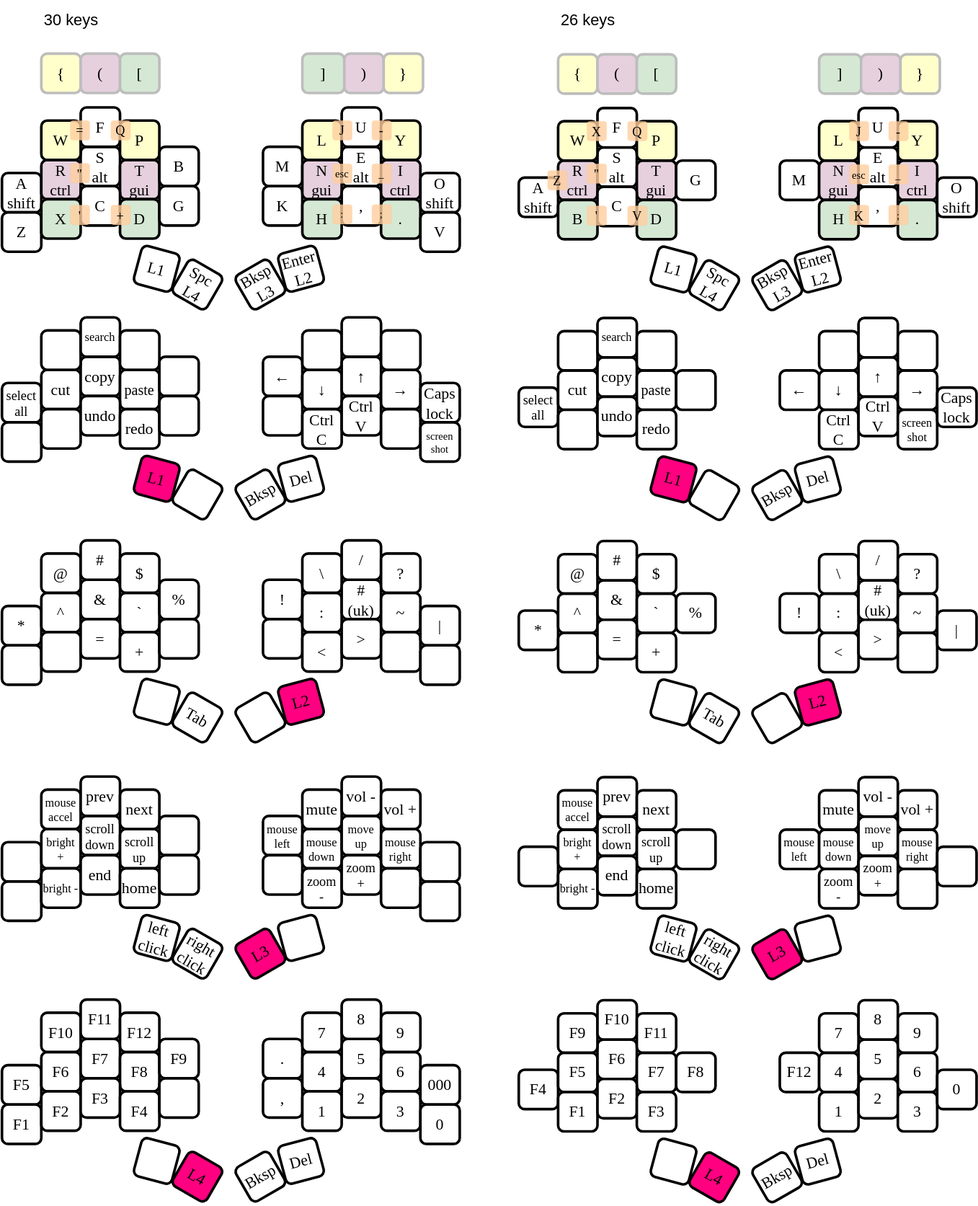
This is images/keymap.svg from smallwat3r/vial-keymap, a draw.io export, as it was before one commit. Source tidied: cells renumbered, new cells last; positions are measured from the earlier drawing's top-left corner, leaving out a move shared by most shapes.
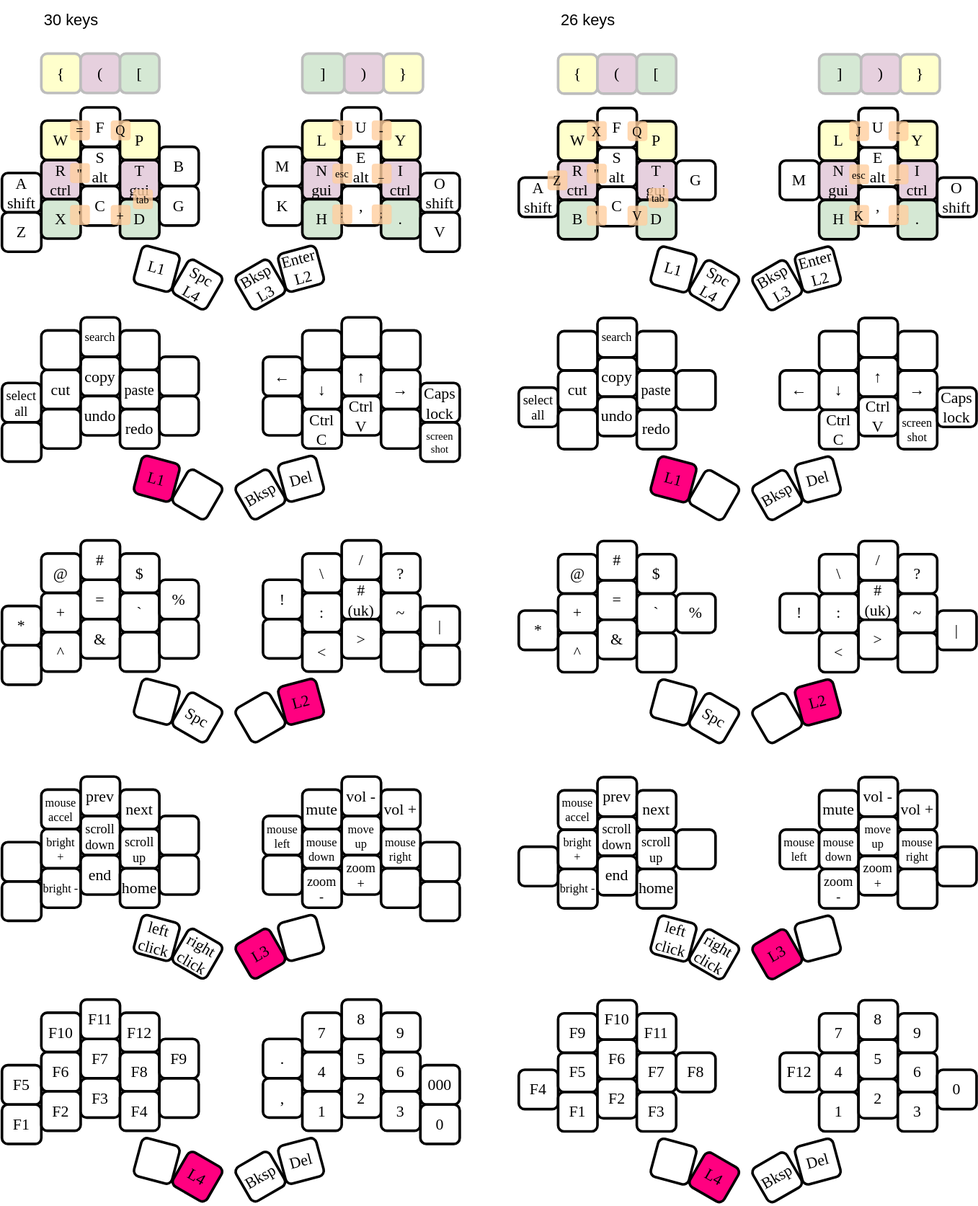
After the change.

What changed in the source:
```diff
@@ -233,22 +233,22 @@
     <mxCell id="78" style="whiteSpace=wrap;glass=0;rounded=1;shadow=0;textShadow=0;strokeWidth=2;perimeterSpacing=2;flipV=1;flipH=1;fontFamily=Comic Sans MS;fontStyle=0;" parent="1" vertex="1">
       <mxGeometry y="491.5" width="30" height="30" as="geometry" />
     </mxCell>
-    <mxCell id="79" value="^" style="whiteSpace=wrap;glass=0;rounded=1;shadow=0;textShadow=0;strokeWidth=2;perimeterSpacing=2;flipV=1;flipH=1;fontFamily=Comic Sans MS;fontStyle=0;" parent="1" vertex="1">
+    <mxCell id="79" value="+" style="whiteSpace=wrap;glass=0;rounded=1;shadow=0;textShadow=0;strokeWidth=2;perimeterSpacing=2;flipV=1;flipH=1;fontFamily=Comic Sans MS;fontStyle=0;" parent="1" vertex="1">
       <mxGeometry x="30" y="451.5" width="30" height="30" as="geometry" />
     </mxCell>
-    <mxCell id="80" style="whiteSpace=wrap;glass=0;rounded=1;shadow=0;textShadow=0;strokeWidth=2;perimeterSpacing=2;flipV=1;flipH=1;fontFamily=Comic Sans MS;fontStyle=0;" parent="1" vertex="1">
+    <mxCell id="80" value="^" style="whiteSpace=wrap;glass=0;rounded=1;shadow=0;textShadow=0;strokeWidth=2;perimeterSpacing=2;flipV=1;flipH=1;fontFamily=Comic Sans MS;fontStyle=0;" parent="1" vertex="1">
       <mxGeometry x="30" y="481.5" width="30" height="30" as="geometry" />
     </mxCell>
-    <mxCell id="81" value="&amp;" style="whiteSpace=wrap;glass=0;rounded=1;shadow=0;textShadow=0;strokeWidth=2;perimeterSpacing=2;flipV=1;flipH=1;fontFamily=Comic Sans MS;fontStyle=0;" parent="1" vertex="1">
+    <mxCell id="81" value="=" style="whiteSpace=wrap;glass=0;rounded=1;shadow=0;textShadow=0;strokeWidth=2;perimeterSpacing=2;flipV=1;flipH=1;fontFamily=Comic Sans MS;fontStyle=0;" parent="1" vertex="1">
       <mxGeometry x="60" y="441.5" width="30" height="30" as="geometry" />
     </mxCell>
     <mxCell id="82" value="`" style="whiteSpace=wrap;glass=0;rounded=1;shadow=0;textShadow=0;fontSize=12;strokeWidth=2;perimeterSpacing=2;flipV=1;flipH=1;fontFamily=Comic Sans MS;fontStyle=0;" parent="1" vertex="1">
       <mxGeometry x="90" y="451.5" width="30" height="30" as="geometry" />
     </mxCell>
-    <mxCell id="83" value="=" style="whiteSpace=wrap;glass=0;rounded=1;shadow=0;textShadow=0;strokeWidth=2;perimeterSpacing=2;flipV=1;flipH=1;fontFamily=Comic Sans MS;fontStyle=0;" parent="1" vertex="1">
+    <mxCell id="83" value="&amp;" style="whiteSpace=wrap;glass=0;rounded=1;shadow=0;textShadow=0;strokeWidth=2;perimeterSpacing=2;flipV=1;flipH=1;fontFamily=Comic Sans MS;fontStyle=0;" parent="1" vertex="1">
       <mxGeometry x="60" y="471.5" width="30" height="30" as="geometry" />
     </mxCell>
-    <mxCell id="84" value="+" style="whiteSpace=wrap;glass=0;rounded=1;shadow=0;textShadow=0;strokeWidth=2;perimeterSpacing=2;flipV=1;flipH=1;fontFamily=Comic Sans MS;fontStyle=0;" parent="1" vertex="1">
+    <mxCell id="84" style="whiteSpace=wrap;glass=0;rounded=1;shadow=0;textShadow=0;strokeWidth=2;perimeterSpacing=2;flipV=1;flipH=1;fontFamily=Comic Sans MS;fontStyle=0;" parent="1" vertex="1">
       <mxGeometry x="90" y="481.5" width="30" height="30" as="geometry" />
     </mxCell>
     <mxCell id="85" value="@" style="whiteSpace=wrap;glass=0;rounded=1;shadow=0;textShadow=0;strokeWidth=2;perimeterSpacing=2;flipV=1;flipH=1;fontFamily=Comic Sans MS;fontStyle=0;" parent="1" vertex="1">
@@ -308,7 +308,7 @@
     <mxCell id="103" style="whiteSpace=wrap;glass=0;rounded=1;shadow=0;textShadow=0;rotation=15;direction=west;labelBackgroundColor=none;fillColor=#FFFFFF;strokeWidth=2;perimeterSpacing=2;flipV=1;flipH=1;fontFamily=Comic Sans MS;fontStyle=0;" parent="1" vertex="1">
       <mxGeometry x="103" y="519.5" width="30" height="30" as="geometry" />
     </mxCell>
-    <mxCell id="104" value="Tab" style="whiteSpace=wrap;glass=0;rounded=1;shadow=0;textShadow=0;rotation=30;direction=north;strokeWidth=2;perimeterSpacing=2;flipV=1;flipH=1;fontFamily=Comic Sans MS;fontStyle=0;" parent="1" vertex="1">
+    <mxCell id="104" value="Spc" style="whiteSpace=wrap;glass=0;rounded=1;shadow=0;textShadow=0;rotation=30;direction=north;strokeWidth=2;perimeterSpacing=2;flipV=1;flipH=1;fontFamily=Comic Sans MS;fontStyle=0;" parent="1" vertex="1">
       <mxGeometry x="134" y="531.5" width="30" height="30" as="geometry" />
     </mxCell>
     <mxCell id="105" style="whiteSpace=wrap;glass=0;rounded=1;shadow=0;textShadow=0;rotation=-30;direction=north;strokeWidth=2;perimeterSpacing=2;fontFamily=Comic Sans MS;fontStyle=0;" parent="1" vertex="1">
@@ -707,22 +707,22 @@
     <mxCell id="236" value="*" style="whiteSpace=wrap;glass=0;rounded=1;shadow=0;textShadow=0;fontSize=12;strokeWidth=2;perimeterSpacing=2;flipV=1;flipH=1;fontFamily=Comic Sans MS;fontStyle=0;" parent="1" vertex="1">
       <mxGeometry x="394" y="465" width="30" height="30" as="geometry" />
     </mxCell>
-    <mxCell id="237" value="^" style="whiteSpace=wrap;glass=0;rounded=1;shadow=0;textShadow=0;strokeWidth=2;perimeterSpacing=2;flipV=1;flipH=1;fontFamily=Comic Sans MS;fontStyle=0;" parent="1" vertex="1">
+    <mxCell id="237" value="+" style="whiteSpace=wrap;glass=0;rounded=1;shadow=0;textShadow=0;strokeWidth=2;perimeterSpacing=2;flipV=1;flipH=1;fontFamily=Comic Sans MS;fontStyle=0;" parent="1" vertex="1">
       <mxGeometry x="424" y="452" width="30" height="30" as="geometry" />
     </mxCell>
-    <mxCell id="238" style="whiteSpace=wrap;glass=0;rounded=1;shadow=0;textShadow=0;strokeWidth=2;perimeterSpacing=2;flipV=1;flipH=1;fontFamily=Comic Sans MS;fontStyle=0;" parent="1" vertex="1">
+    <mxCell id="238" value="^" style="whiteSpace=wrap;glass=0;rounded=1;shadow=0;textShadow=0;strokeWidth=2;perimeterSpacing=2;flipV=1;flipH=1;fontFamily=Comic Sans MS;fontStyle=0;" parent="1" vertex="1">
       <mxGeometry x="424" y="482" width="30" height="30" as="geometry" />
     </mxCell>
-    <mxCell id="239" value="&amp;" style="whiteSpace=wrap;glass=0;rounded=1;shadow=0;textShadow=0;strokeWidth=2;perimeterSpacing=2;flipV=1;flipH=1;fontFamily=Comic Sans MS;fontStyle=0;" parent="1" vertex="1">
+    <mxCell id="239" value="=" style="whiteSpace=wrap;glass=0;rounded=1;shadow=0;textShadow=0;strokeWidth=2;perimeterSpacing=2;flipV=1;flipH=1;fontFamily=Comic Sans MS;fontStyle=0;" parent="1" vertex="1">
       <mxGeometry x="454" y="442" width="30" height="30" as="geometry" />
     </mxCell>
     <mxCell id="240" value="`" style="whiteSpace=wrap;glass=0;rounded=1;shadow=0;textShadow=0;fontSize=12;strokeWidth=2;perimeterSpacing=2;flipV=1;flipH=1;fontFamily=Comic Sans MS;fontStyle=0;" parent="1" vertex="1">
       <mxGeometry x="484" y="452" width="30" height="30" as="geometry" />
     </mxCell>
-    <mxCell id="241" value="=" style="whiteSpace=wrap;glass=0;rounded=1;shadow=0;textShadow=0;strokeWidth=2;perimeterSpacing=2;flipV=1;flipH=1;fontFamily=Comic Sans MS;fontStyle=0;" parent="1" vertex="1">
+    <mxCell id="241" value="&amp;" style="whiteSpace=wrap;glass=0;rounded=1;shadow=0;textShadow=0;strokeWidth=2;perimeterSpacing=2;flipV=1;flipH=1;fontFamily=Comic Sans MS;fontStyle=0;" parent="1" vertex="1">
       <mxGeometry x="454" y="472" width="30" height="30" as="geometry" />
     </mxCell>
-    <mxCell id="242" value="+" style="whiteSpace=wrap;glass=0;rounded=1;shadow=0;textShadow=0;strokeWidth=2;perimeterSpacing=2;flipV=1;flipH=1;fontFamily=Comic Sans MS;fontStyle=0;" parent="1" vertex="1">
+    <mxCell id="242" style="whiteSpace=wrap;glass=0;rounded=1;shadow=0;textShadow=0;strokeWidth=2;perimeterSpacing=2;flipV=1;flipH=1;fontFamily=Comic Sans MS;fontStyle=0;" parent="1" vertex="1">
       <mxGeometry x="484" y="482" width="30" height="30" as="geometry" />
     </mxCell>
     <mxCell id="243" value="@" style="whiteSpace=wrap;glass=0;rounded=1;shadow=0;textShadow=0;strokeWidth=2;perimeterSpacing=2;flipV=1;flipH=1;fontFamily=Comic Sans MS;fontStyle=0;" parent="1" vertex="1">
@@ -773,7 +773,7 @@
     <mxCell id="258" style="whiteSpace=wrap;glass=0;rounded=1;shadow=0;textShadow=0;rotation=15;direction=west;labelBackgroundColor=none;fillColor=#FFFFFF;strokeWidth=2;perimeterSpacing=2;flipV=1;flipH=1;fontFamily=Comic Sans MS;fontStyle=0;" parent="1" vertex="1">
       <mxGeometry x="497" y="520" width="30" height="30" as="geometry" />
     </mxCell>
-    <mxCell id="259" value="Tab" style="whiteSpace=wrap;glass=0;rounded=1;shadow=0;textShadow=0;rotation=30;direction=north;strokeWidth=2;perimeterSpacing=2;flipV=1;flipH=1;fontFamily=Comic Sans MS;fontStyle=0;" parent="1" vertex="1">
+    <mxCell id="259" value="Spc" style="whiteSpace=wrap;glass=0;rounded=1;shadow=0;textShadow=0;rotation=30;direction=north;strokeWidth=2;perimeterSpacing=2;flipV=1;flipH=1;fontFamily=Comic Sans MS;fontStyle=0;" parent="1" vertex="1">
       <mxGeometry x="528" y="532" width="30" height="30" as="geometry" />
     </mxCell>
     <mxCell id="260" style="whiteSpace=wrap;glass=0;rounded=1;shadow=0;textShadow=0;rotation=-30;direction=north;strokeWidth=2;perimeterSpacing=2;fontFamily=Comic Sans MS;fontStyle=0;" parent="1" vertex="1">
@@ -953,5 +953,11 @@
     <mxCell id="318" value="Z" style="glass=0;rounded=1;shadow=0;textShadow=0;strokeWidth=0;perimeterSpacing=0;flipV=1;flipH=1;fontSize=10;opacity=80;fillColor=#FFCE9F;verticalAlign=middle;fontFamily=Comic Sans MS;fontStyle=0;strokeColor=#FFB570;labelBackgroundColor=none;labelBorderColor=none;whiteSpace=wrap;dashed=1;dashPattern=8 8;" parent="1" vertex="1">
       <mxGeometry x="416" y="129.5" width="15" height="15" as="geometry" />
     </mxCell>
+    <mxCell id="319" value="tab" style="glass=0;rounded=1;shadow=0;textShadow=0;strokeWidth=0;perimeterSpacing=0;flipV=1;flipH=1;fontSize=8;opacity=80;fillColor=#FFCE9F;verticalAlign=middle;fontFamily=Comic Sans MS;fontStyle=0;strokeColor=#FFB570;labelBackgroundColor=none;labelBorderColor=none;whiteSpace=wrap;dashed=1;dashPattern=8 8;" parent="1" vertex="1">
+      <mxGeometry x="493" y="143" width="15" height="15" as="geometry" />
+    </mxCell>
+    <mxCell id="320" value="tab" style="glass=0;rounded=1;shadow=0;textShadow=0;strokeWidth=0;perimeterSpacing=0;flipV=1;flipH=1;fontSize=8;opacity=80;fillColor=#FFCE9F;verticalAlign=middle;fontFamily=Comic Sans MS;fontStyle=0;strokeColor=#FFB570;labelBackgroundColor=none;labelBorderColor=none;whiteSpace=wrap;dashed=1;dashPattern=8 8;" parent="1" vertex="1">
+      <mxGeometry x="100" y="144" width="15" height="15" as="geometry" />
+    </mxCell>
   </root>
 </mxGraphModel>
```
